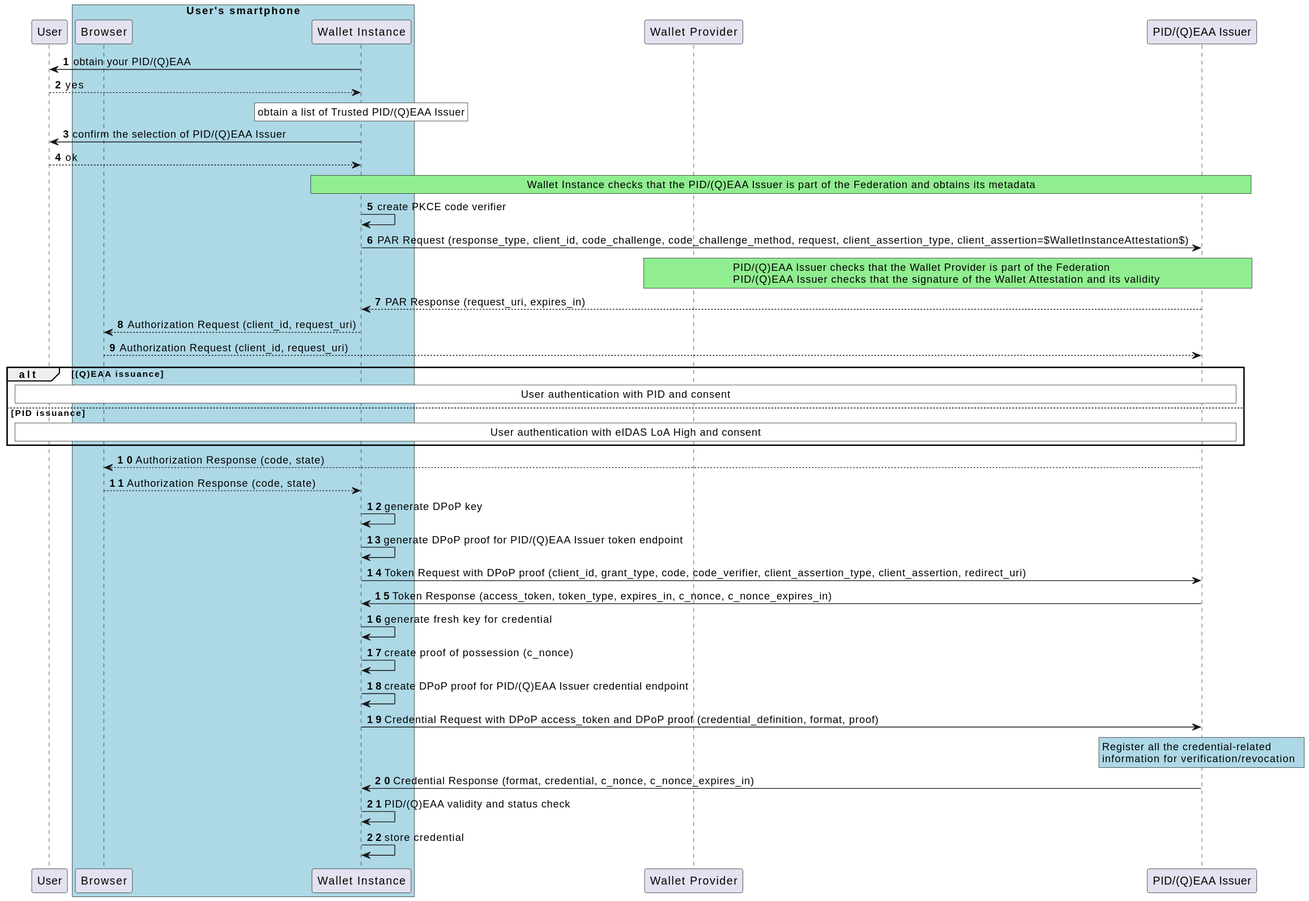
italia/eudi-wallet-it-docs keeps this PlantUML diagram as images/Low-Level-Flow-ITWallet-PID-QEAA-Issuance.svg. Above is the earlier version.
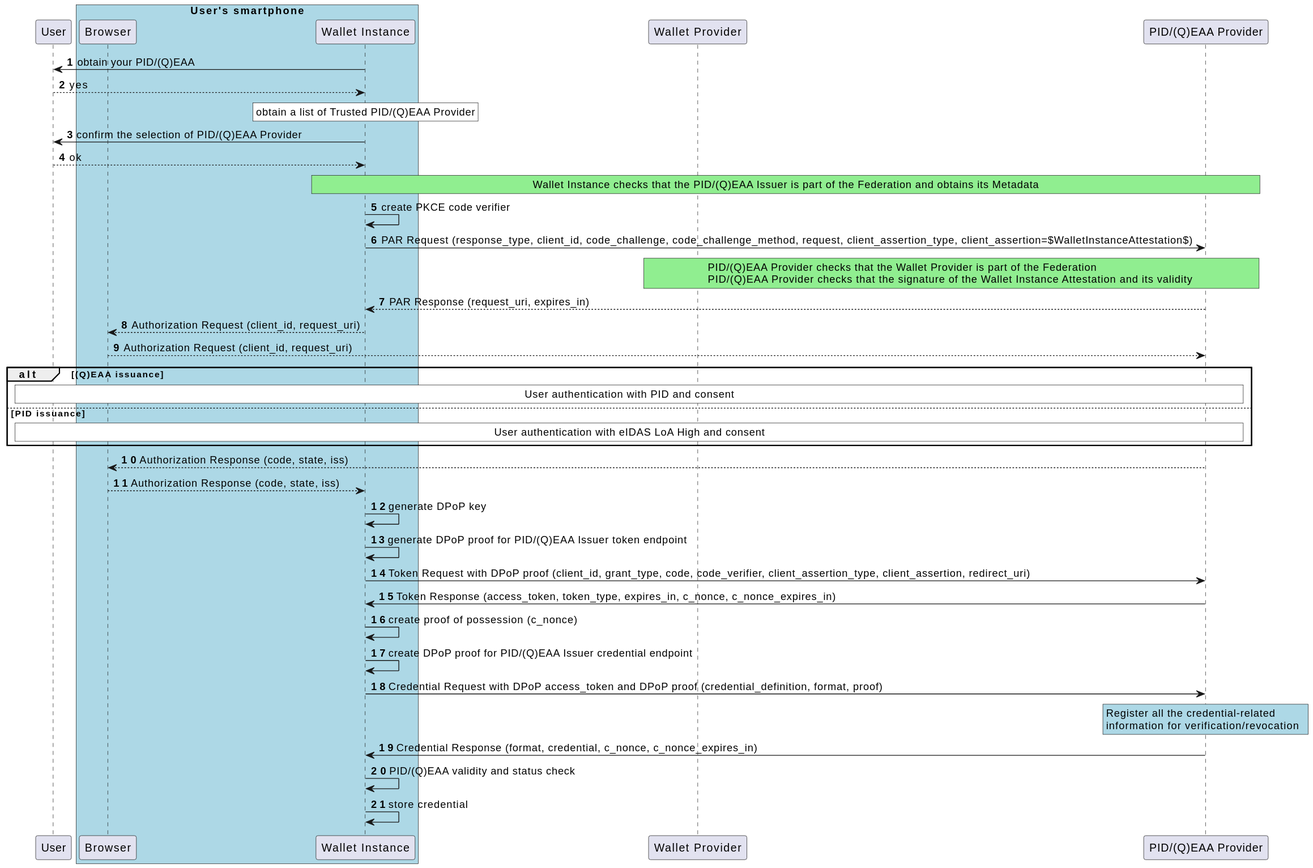
The same file after the commit.

Change to the diagram source:
```diff
@@ -10,7 +10,7 @@
 
 participant "Wallet Provider" as b
 
-participant "PID/(Q)EAA Issuer" as i
+participant "PID/(Q)EAA Provider" as i
 
 
 
@@ -18,23 +18,23 @@
 u --> w: yes
 
 rnote over w #WHITE
-obtain a list of Trusted PID/(Q)EAA Issuer
+obtain a list of Trusted PID/(Q)EAA Provider
 endrnote
 
-w->u: confirm the selection of PID/(Q)EAA Issuer
+w->u: confirm the selection of PID/(Q)EAA Provider
 
 u-->w: ok
 
 rnote over w,i #LIGHTGREEN
-Wallet Instance checks that the PID/(Q)EAA Issuer is part of the Federation and obtains its metadata
+Wallet Instance checks that the PID/(Q)EAA Issuer is part of the Federation and obtains its Metadata
 endrnote
 
 w -> w : create PKCE code verifier
 
 w -> i : PAR Request (response_type, client_id, code_challenge, code_challenge_method, request, client_assertion_type, client_assertion=$WalletInstanceAttestation$)
 rnote over i,b #LIGHTGREEN
-PID/(Q)EAA Issuer checks that the Wallet Provider is part of the Federation
-PID/(Q)EAA Issuer checks that the signature of the Wallet Attestation and its validity
+PID/(Q)EAA Provider checks that the Wallet Provider is part of the Federation
+PID/(Q)EAA Provider checks that the signature of the Wallet Instance Attestation and its validity
 endrnote
 
 
@@ -54,8 +54,8 @@
 endrnote
 end
 
-i --> ua : Authorization Response (code, state)
-ua --> w : Authorization Response (code, state)
+i --> ua : Authorization Response (code, state, iss)
+ua --> w : Authorization Response (code, state, iss)
 
 w -> w : generate DPoP key
 
@@ -65,8 +65,6 @@
 w -> i : Token Request with DPoP proof (client_id, grant_type, code, code_verifier, client_assertion_type, client_assertion, redirect_uri)
 
 i -> w : Token Response (access_token, token_type, expires_in, c_nonce, c_nonce_expires_in)
-
-w -> w : generate fresh key for credential
 
 w -> w : create proof of possession (c_nonce)
 
```
